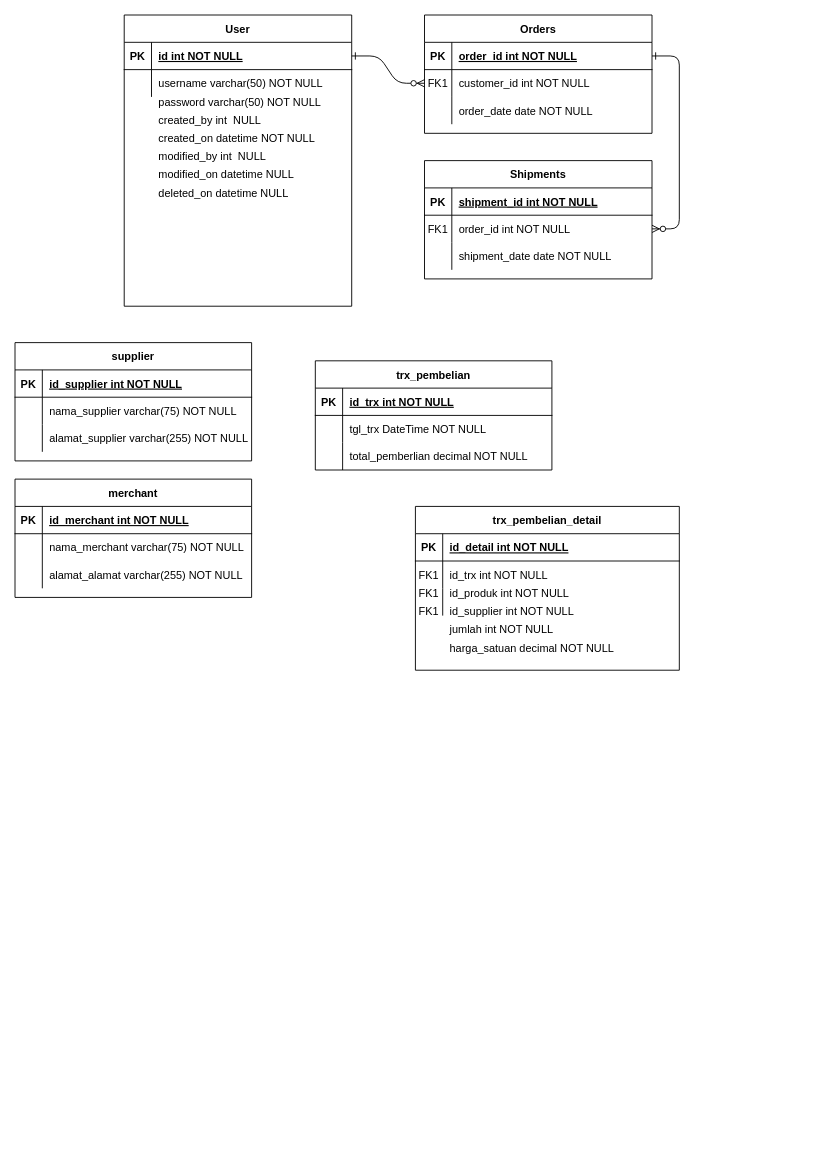
The draw.io diagram documents/Untitled Diagram.drawio in ardiananta/docTest, before the edit. Source tidied: cells renumbered, new cells numbered last; positions are measured from the earlier drawing's top-left corner, leaving out a move shared by most shapes. Both pictures are drawn from the tidied source at 91%, with x=0, y=0 at pixel (15, 15).
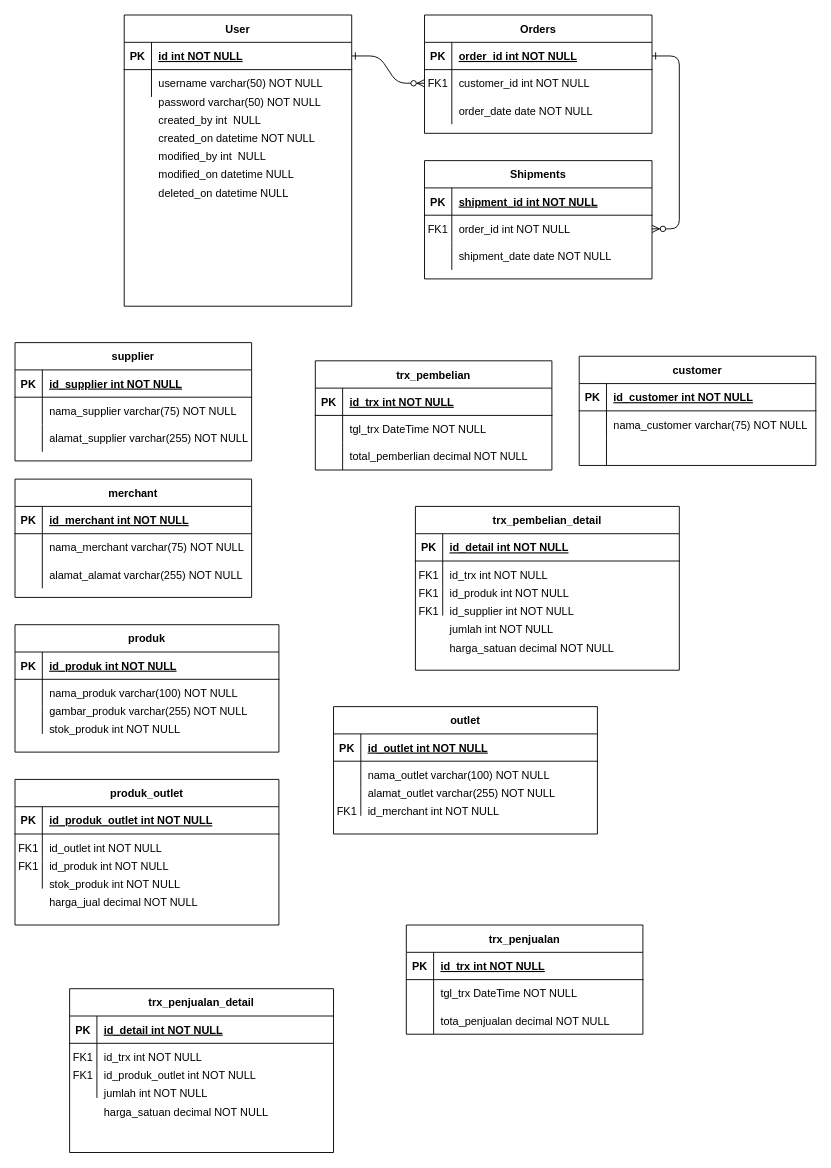
The same page after the edit.

What changed in the source:
```diff
@@
+    <mxCell id="97" style="group;" parent="1" vertex="1">
+      <mxGeometry y="670" width="290" height="340" as="geometry" />
+    </mxCell>
+    <mxCell id="98" value="produk" style="shape=table;startSize=30;childLayout=tableLayout;rowLines=0;fontStyle=1;align=center;" parent="97" vertex="1">
+      <mxGeometry width="290" height="140" as="geometry" />
+    </mxCell>
+    <mxCell id="99" style="shape=partialRectangle;fillColor=none;top=0;left=0;right=0;bottom=1;" parent="98" vertex="1">
+      <mxGeometry y="30" width="290" height="30" as="geometry" />
+    </mxCell>
+    <mxCell id="100" value="PK" style="shape=partialRectangle;overflow=hidden;fillColor=none;top=0;left=0;bottom=0;right=0;fontStyle=1;" parent="99" vertex="1">
+      <mxGeometry width="30" height="30" as="geometry" />
+    </mxCell>
+    <mxCell id="101" value="id_produk int NOT NULL " style="shape=partialRectangle;overflow=hidden;fillColor=none;top=0;left=0;bottom=0;right=0;align=left;spacingLeft=6;fontStyle=5;" parent="99" vertex="1">
+      <mxGeometry x="30" width="260" height="30" as="geometry" />
+    </mxCell>
+    <mxCell id="102" style="shape=partialRectangle;fillColor=none;top=0;left=0;right=0;bottom=0;" parent="98" vertex="1">
+      <mxGeometry y="60" width="290" height="30" as="geometry" />
+    </mxCell>
+    <mxCell id="103" style="shape=partialRectangle;overflow=hidden;fillColor=none;top=0;left=0;bottom=0;right=0;" parent="102" vertex="1">
+      <mxGeometry width="30" height="30" as="geometry" />
+    </mxCell>
+    <mxCell id="104" value="nama_produk varchar(100) NOT NULL" style="shape=partialRectangle;overflow=hidden;fillColor=none;top=0;left=0;bottom=0;right=0;align=left;spacingLeft=6;" parent="102" vertex="1">
+      <mxGeometry x="30" width="260" height="30" as="geometry" />
+    </mxCell>
+    <mxCell id="105" style="shape=partialRectangle;fillColor=none;top=0;left=0;right=0;bottom=0;" parent="98" vertex="1">
+      <mxGeometry y="90" width="290" height="30" as="geometry" />
+    </mxCell>
+    <mxCell id="106" style="shape=partialRectangle;overflow=hidden;fillColor=none;top=0;left=0;bottom=0;right=0;" parent="105" vertex="1">
+      <mxGeometry width="30" height="30" as="geometry" />
+    </mxCell>
+    <mxCell id="107" style="shape=partialRectangle;overflow=hidden;fillColor=none;top=0;left=0;bottom=0;right=0;align=left;spacingLeft=6;" parent="105" vertex="1">
+      <mxGeometry x="30" width="260" height="30" as="geometry" />
+    </mxCell>
+    <mxCell id="108" value="gambar_produk varchar(255) NOT NULL" style="shape=partialRectangle;overflow=hidden;fillColor=none;top=0;left=0;bottom=0;right=0;align=left;spacingLeft=6;" parent="97" vertex="1">
+      <mxGeometry x="30" y="80" width="260" height="30" as="geometry" />
+    </mxCell>
+    <mxCell id="109" value="stok_produk int NOT NULL" style="shape=partialRectangle;overflow=hidden;fillColor=none;top=0;left=0;bottom=0;right=0;align=left;spacingLeft=6;" parent="97" vertex="1">
+      <mxGeometry x="30" y="100" width="260" height="30" as="geometry" />
+    </mxCell>
+    <mxCell id="110" style="group;" parent="97" vertex="1">
+      <mxGeometry y="170" width="290" height="180" as="geometry" />
+    </mxCell>
+    <mxCell id="111" value="produk_outlet" style="shape=table;startSize=30;childLayout=tableLayout;rowLines=0;fontStyle=1;align=center;" parent="110" vertex="1">
+      <mxGeometry width="290" height="160" as="geometry" />
+    </mxCell>
+    <mxCell id="112" style="shape=partialRectangle;fillColor=none;top=0;left=0;right=0;bottom=1;" parent="111" vertex="1">
+      <mxGeometry y="30" width="290" height="30" as="geometry" />
+    </mxCell>
+    <mxCell id="113" value="PK" style="shape=partialRectangle;overflow=hidden;fillColor=none;top=0;left=0;bottom=0;right=0;fontStyle=1;" parent="112" vertex="1">
+      <mxGeometry width="30" height="30" as="geometry" />
+    </mxCell>
+    <mxCell id="114" value="id_produk_outlet int NOT NULL " style="shape=partialRectangle;overflow=hidden;fillColor=none;top=0;left=0;bottom=0;right=0;align=left;spacingLeft=6;fontStyle=5;" parent="112" vertex="1">
+      <mxGeometry x="30" width="260" height="30" as="geometry" />
+    </mxCell>
+    <mxCell id="115" style="shape=partialRectangle;fillColor=none;top=0;left=0;right=0;bottom=0;" parent="111" vertex="1">
+      <mxGeometry y="60" width="290" height="30" as="geometry" />
+    </mxCell>
+    <mxCell id="116" style="shape=partialRectangle;overflow=hidden;fillColor=none;top=0;left=0;bottom=0;right=0;" parent="115" vertex="1">
+      <mxGeometry width="30" height="30" as="geometry" />
+    </mxCell>
+    <mxCell id="117" value="id_outlet int NOT NULL" style="shape=partialRectangle;overflow=hidden;fillColor=none;top=0;left=0;bottom=0;right=0;align=left;spacingLeft=6;" parent="115" vertex="1">
+      <mxGeometry x="30" width="260" height="30" as="geometry" />
+    </mxCell>
+    <mxCell id="118" style="shape=partialRectangle;fillColor=none;top=0;left=0;right=0;bottom=0;" parent="111" vertex="1">
+      <mxGeometry y="90" width="290" height="30" as="geometry" />
+    </mxCell>
+    <mxCell id="119" style="shape=partialRectangle;overflow=hidden;fillColor=none;top=0;left=0;bottom=0;right=0;" parent="118" vertex="1">
+      <mxGeometry width="30" height="30" as="geometry" />
+    </mxCell>
+    <mxCell id="120" style="shape=partialRectangle;overflow=hidden;fillColor=none;top=0;left=0;bottom=0;right=0;align=left;spacingLeft=6;" parent="118" vertex="1">
+      <mxGeometry x="30" width="260" height="30" as="geometry" />
+    </mxCell>
+    <mxCell id="121" value="id_produk int NOT NULL" style="shape=partialRectangle;overflow=hidden;fillColor=none;top=0;left=0;bottom=0;right=0;align=left;spacingLeft=6;" parent="110" vertex="1">
+      <mxGeometry x="30" y="80" width="260" height="30" as="geometry" />
+    </mxCell>
+    <mxCell id="122" value="stok_produk int NOT NULL" style="shape=partialRectangle;overflow=hidden;fillColor=none;top=0;left=0;bottom=0;right=0;align=left;spacingLeft=6;" parent="110" vertex="1">
+      <mxGeometry x="30" y="100" width="260" height="30" as="geometry" />
+    </mxCell>
+    <mxCell id="123" value="harga_jual decimal NOT NULL" style="shape=partialRectangle;overflow=hidden;fillColor=none;top=0;left=0;bottom=0;right=0;align=left;spacingLeft=6;" parent="110" vertex="1">
+      <mxGeometry x="30" y="120" width="260" height="30" as="geometry" />
+    </mxCell>
+    <mxCell id="124" value="FK1" style="shape=partialRectangle;overflow=hidden;fillColor=none;top=0;left=0;bottom=0;right=0;" parent="110" vertex="1">
+      <mxGeometry y="60" width="30" height="30" as="geometry" />
+    </mxCell>
+    <mxCell id="125" value="FK1" style="shape=partialRectangle;overflow=hidden;fillColor=none;top=0;left=0;bottom=0;right=0;" parent="110" vertex="1">
+      <mxGeometry y="80" width="30" height="30" as="geometry" />
+    </mxCell>
+    <mxCell id="126" style="group;" parent="1" vertex="1">
+      <mxGeometry x="350" y="760" width="290" height="180" as="geometry" />
+    </mxCell>
+    <mxCell id="127" value="outlet" style="shape=table;startSize=30;childLayout=tableLayout;rowLines=0;fontStyle=1;align=center;" parent="126" vertex="1">
+      <mxGeometry width="290" height="140" as="geometry" />
+    </mxCell>
+    <mxCell id="128" style="shape=partialRectangle;fillColor=none;top=0;left=0;right=0;bottom=1;" parent="127" vertex="1">
+      <mxGeometry y="30" width="290" height="30" as="geometry" />
+    </mxCell>
+    <mxCell id="129" value="PK" style="shape=partialRectangle;overflow=hidden;fillColor=none;top=0;left=0;bottom=0;right=0;fontStyle=1;" parent="128" vertex="1">
+      <mxGeometry width="30" height="30" as="geometry" />
+    </mxCell>
+    <mxCell id="130" value="id_outlet int NOT NULL " style="shape=partialRectangle;overflow=hidden;fillColor=none;top=0;left=0;bottom=0;right=0;align=left;spacingLeft=6;fontStyle=5;" parent="128" vertex="1">
+      <mxGeometry x="30" width="260" height="30" as="geometry" />
+    </mxCell>
+    <mxCell id="131" style="shape=partialRectangle;fillColor=none;top=0;left=0;right=0;bottom=0;" parent="127" vertex="1">
+      <mxGeometry y="60" width="290" height="30" as="geometry" />
+    </mxCell>
+    <mxCell id="132" style="shape=partialRectangle;overflow=hidden;fillColor=none;top=0;left=0;bottom=0;right=0;" parent="131" vertex="1">
+      <mxGeometry width="30" height="30" as="geometry" />
+    </mxCell>
+    <mxCell id="133" value="nama_outlet varchar(100) NOT NULL" style="shape=partialRectangle;overflow=hidden;fillColor=none;top=0;left=0;bottom=0;right=0;align=left;spacingLeft=6;" parent="131" vertex="1">
+      <mxGeometry x="30" width="260" height="30" as="geometry" />
+    </mxCell>
+    <mxCell id="134" style="shape=partialRectangle;fillColor=none;top=0;left=0;right=0;bottom=0;" parent="127" vertex="1">
+      <mxGeometry y="90" width="290" height="30" as="geometry" />
+    </mxCell>
+    <mxCell id="135" style="shape=partialRectangle;overflow=hidden;fillColor=none;top=0;left=0;bottom=0;right=0;" parent="134" vertex="1">
+      <mxGeometry width="30" height="30" as="geometry" />
+    </mxCell>
+    <mxCell id="136" style="shape=partialRectangle;overflow=hidden;fillColor=none;top=0;left=0;bottom=0;right=0;align=left;spacingLeft=6;" parent="134" vertex="1">
+      <mxGeometry x="30" width="260" height="30" as="geometry" />
+    </mxCell>
+    <mxCell id="137" value="alamat_outlet varchar(255) NOT NULL" style="shape=partialRectangle;overflow=hidden;fillColor=none;top=0;left=0;bottom=0;right=0;align=left;spacingLeft=6;" parent="126" vertex="1">
+      <mxGeometry x="30" y="80" width="260" height="30" as="geometry" />
+    </mxCell>
+    <mxCell id="138" value="id_merchant int NOT NULL" style="shape=partialRectangle;overflow=hidden;fillColor=none;top=0;left=0;bottom=0;right=0;align=left;spacingLeft=6;" parent="126" vertex="1">
+      <mxGeometry x="30" y="100" width="260" height="30" as="geometry" />
+    </mxCell>
+    <mxCell id="139" value="FK1" style="shape=partialRectangle;overflow=hidden;fillColor=none;top=0;left=0;bottom=0;right=0;" parent="126" vertex="1">
+      <mxGeometry y="100" width="30" height="30" as="geometry" />
+    </mxCell>
+    <mxCell id="140" value="customer" style="shape=table;startSize=30;childLayout=tableLayout;rowLines=0;fontStyle=1;align=center;" parent="1" vertex="1">
+      <mxGeometry x="620" y="375" width="260" height="120" as="geometry" />
+    </mxCell>
+    <mxCell id="141" style="shape=partialRectangle;fillColor=none;top=0;left=0;right=0;bottom=1;" parent="140" vertex="1">
+      <mxGeometry y="30" width="260" height="30" as="geometry" />
+    </mxCell>
+    <mxCell id="142" value="PK" style="shape=partialRectangle;overflow=hidden;fillColor=none;top=0;left=0;bottom=0;right=0;fontStyle=1;" parent="141" vertex="1">
+      <mxGeometry width="30" height="30" as="geometry" />
+    </mxCell>
+    <mxCell id="143" value="id_customer int NOT NULL " style="shape=partialRectangle;overflow=hidden;fillColor=none;top=0;left=0;bottom=0;right=0;align=left;spacingLeft=6;fontStyle=5;" parent="141" vertex="1">
+      <mxGeometry x="30" width="230" height="30" as="geometry" />
+    </mxCell>
+    <mxCell id="144" style="shape=partialRectangle;fillColor=none;top=0;left=0;right=0;bottom=0;" parent="140" vertex="1">
+      <mxGeometry y="60" width="260" height="30" as="geometry" />
+    </mxCell>
+    <mxCell id="145" style="shape=partialRectangle;overflow=hidden;fillColor=none;top=0;left=0;bottom=0;right=0;" parent="144" vertex="1">
+      <mxGeometry width="30" height="30" as="geometry" />
+    </mxCell>
+    <mxCell id="146" value="nama_customer varchar(75) NOT NULL" style="shape=partialRectangle;overflow=hidden;fillColor=none;top=0;left=0;bottom=0;right=0;align=left;spacingLeft=6;" parent="144" vertex="1">
+      <mxGeometry x="30" width="230" height="30" as="geometry" />
+    </mxCell>
+    <mxCell id="147" style="shape=partialRectangle;fillColor=none;top=0;left=0;right=0;bottom=0;" parent="140" vertex="1">
+      <mxGeometry y="90" width="260" height="30" as="geometry" />
+    </mxCell>
+    <mxCell id="148" style="shape=partialRectangle;overflow=hidden;fillColor=none;top=0;left=0;bottom=0;right=0;" parent="147" vertex="1">
+      <mxGeometry width="30" height="30" as="geometry" />
+    </mxCell>
+    <mxCell id="149" style="shape=partialRectangle;overflow=hidden;fillColor=none;top=0;left=0;bottom=0;right=0;align=left;spacingLeft=6;" parent="147" vertex="1">
+      <mxGeometry x="30" width="230" height="30" as="geometry" />
+    </mxCell>
+    <mxCell id="150" value="trx_penjualan" style="shape=table;startSize=30;childLayout=tableLayout;rowLines=0;fontStyle=1;align=center;" parent="1" vertex="1">
+      <mxGeometry x="430" y="1000" width="260" height="120" as="geometry" />
+    </mxCell>
+    <mxCell id="151" style="shape=partialRectangle;fillColor=none;top=0;left=0;right=0;bottom=1;" parent="150" vertex="1">
+      <mxGeometry y="30" width="260" height="30" as="geometry" />
+    </mxCell>
+    <mxCell id="152" value="PK" style="shape=partialRectangle;overflow=hidden;fillColor=none;top=0;left=0;bottom=0;right=0;fontStyle=1;" parent="151" vertex="1">
+      <mxGeometry width="30" height="30" as="geometry" />
+    </mxCell>
+    <mxCell id="153" value="id_trx int NOT NULL " style="shape=partialRectangle;overflow=hidden;fillColor=none;top=0;left=0;bottom=0;right=0;align=left;spacingLeft=6;fontStyle=5;" parent="151" vertex="1">
+      <mxGeometry x="30" width="230" height="30" as="geometry" />
+    </mxCell>
+    <mxCell id="154" style="shape=partialRectangle;fillColor=none;top=0;left=0;right=0;bottom=0;" parent="150" vertex="1">
+      <mxGeometry y="60" width="260" height="30" as="geometry" />
+    </mxCell>
+    <mxCell id="155" style="shape=partialRectangle;overflow=hidden;fillColor=none;top=0;left=0;bottom=0;right=0;" parent="154" vertex="1">
+      <mxGeometry width="30" height="30" as="geometry" />
+    </mxCell>
+    <mxCell id="156" value="tgl_trx DateTime NOT NULL" style="shape=partialRectangle;overflow=hidden;fillColor=none;top=0;left=0;bottom=0;right=0;align=left;spacingLeft=6;" parent="154" vertex="1">
+      <mxGeometry x="30" width="230" height="30" as="geometry" />
+    </mxCell>
+    <mxCell id="157" style="shape=partialRectangle;fillColor=none;top=0;left=0;right=0;bottom=0;" parent="150" vertex="1">
+      <mxGeometry y="90" width="260" height="30" as="geometry" />
+    </mxCell>
+    <mxCell id="158" style="shape=partialRectangle;overflow=hidden;fillColor=none;top=0;left=0;bottom=0;right=0;" parent="157" vertex="1">
+      <mxGeometry width="30" height="30" as="geometry" />
+    </mxCell>
+    <mxCell id="159" value="tota_penjualan decimal NOT NULL" style="shape=partialRectangle;overflow=hidden;fillColor=none;top=0;left=0;bottom=0;right=0;align=left;spacingLeft=6;" parent="157" vertex="1">
+      <mxGeometry x="30" width="230" height="30" as="geometry" />
+    </mxCell>
+    <mxCell id="160" style="group;" parent="1" vertex="1">
+      <mxGeometry x="60" y="1070" width="290" height="180" as="geometry" />
+    </mxCell>
+    <mxCell id="161" value="trx_penjualan_detail" style="shape=table;startSize=30;childLayout=tableLayout;rowLines=0;fontStyle=1;align=center;" parent="160" vertex="1">
+      <mxGeometry width="290" height="180" as="geometry" />
+    </mxCell>
+    <mxCell id="162" style="shape=partialRectangle;fillColor=none;top=0;left=0;right=0;bottom=1;" parent="161" vertex="1">
+      <mxGeometry y="30" width="290" height="30" as="geometry" />
+    </mxCell>
+    <mxCell id="163" value="PK" style="shape=partialRectangle;overflow=hidden;fillColor=none;top=0;left=0;bottom=0;right=0;fontStyle=1;" parent="162" vertex="1">
+      <mxGeometry width="30" height="30" as="geometry" />
+    </mxCell>
+    <mxCell id="164" value="id_detail int NOT NULL " style="shape=partialRectangle;overflow=hidden;fillColor=none;top=0;left=0;bottom=0;right=0;align=left;spacingLeft=6;fontStyle=5;" parent="162" vertex="1">
+      <mxGeometry x="30" width="260" height="30" as="geometry" />
+    </mxCell>
+    <mxCell id="165" style="shape=partialRectangle;fillColor=none;top=0;left=0;right=0;bottom=0;" parent="161" vertex="1">
+      <mxGeometry y="60" width="290" height="30" as="geometry" />
+    </mxCell>
+    <mxCell id="166" style="shape=partialRectangle;overflow=hidden;fillColor=none;top=0;left=0;bottom=0;right=0;" parent="165" vertex="1">
+      <mxGeometry width="30" height="30" as="geometry" />
+    </mxCell>
+    <mxCell id="167" value="id_trx int NOT NULL" style="shape=partialRectangle;overflow=hidden;fillColor=none;top=0;left=0;bottom=0;right=0;align=left;spacingLeft=6;" parent="165" vertex="1">
+      <mxGeometry x="30" width="260" height="30" as="geometry" />
+    </mxCell>
+    <mxCell id="168" style="shape=partialRectangle;fillColor=none;top=0;left=0;right=0;bottom=0;" parent="161" vertex="1">
+      <mxGeometry y="90" width="290" height="30" as="geometry" />
+    </mxCell>
+    <mxCell id="169" style="shape=partialRectangle;overflow=hidden;fillColor=none;top=0;left=0;bottom=0;right=0;" parent="168" vertex="1">
+      <mxGeometry width="30" height="30" as="geometry" />
+    </mxCell>
+    <mxCell id="170" style="shape=partialRectangle;overflow=hidden;fillColor=none;top=0;left=0;bottom=0;right=0;align=left;spacingLeft=6;" parent="168" vertex="1">
+      <mxGeometry x="30" width="260" height="30" as="geometry" />
+    </mxCell>
+    <mxCell id="171" value="FK1" style="shape=partialRectangle;overflow=hidden;fillColor=none;top=0;left=0;bottom=0;right=0;" parent="160" vertex="1">
+      <mxGeometry y="60" width="30" height="30" as="geometry" />
+    </mxCell>
+    <mxCell id="172" value="FK1" style="shape=partialRectangle;overflow=hidden;fillColor=none;top=0;left=0;bottom=0;right=0;" parent="160" vertex="1">
+      <mxGeometry y="80" width="30" height="30" as="geometry" />
+    </mxCell>
+    <mxCell id="173" value="id_produk_outlet int NOT NULL" style="shape=partialRectangle;overflow=hidden;fillColor=none;top=0;left=0;bottom=0;right=0;align=left;spacingLeft=6;" parent="160" vertex="1">
+      <mxGeometry x="30" y="80" width="260" height="30" as="geometry" />
+    </mxCell>
+    <mxCell id="174" value="jumlah int NOT NULL" style="shape=partialRectangle;overflow=hidden;fillColor=none;top=0;left=0;bottom=0;right=0;align=left;spacingLeft=6;" parent="160" vertex="1">
+      <mxGeometry x="30" y="100" width="260" height="30" as="geometry" />
+    </mxCell>
+    <mxCell id="175" value="harga_satuan decimal NOT NULL" style="shape=partialRectangle;overflow=hidden;fillColor=none;top=0;left=0;bottom=0;right=0;align=left;spacingLeft=6;" parent="160" vertex="1">
+      <mxGeometry x="30" y="120" width="260" height="30" as="geometry" />
+    </mxCell>
```
